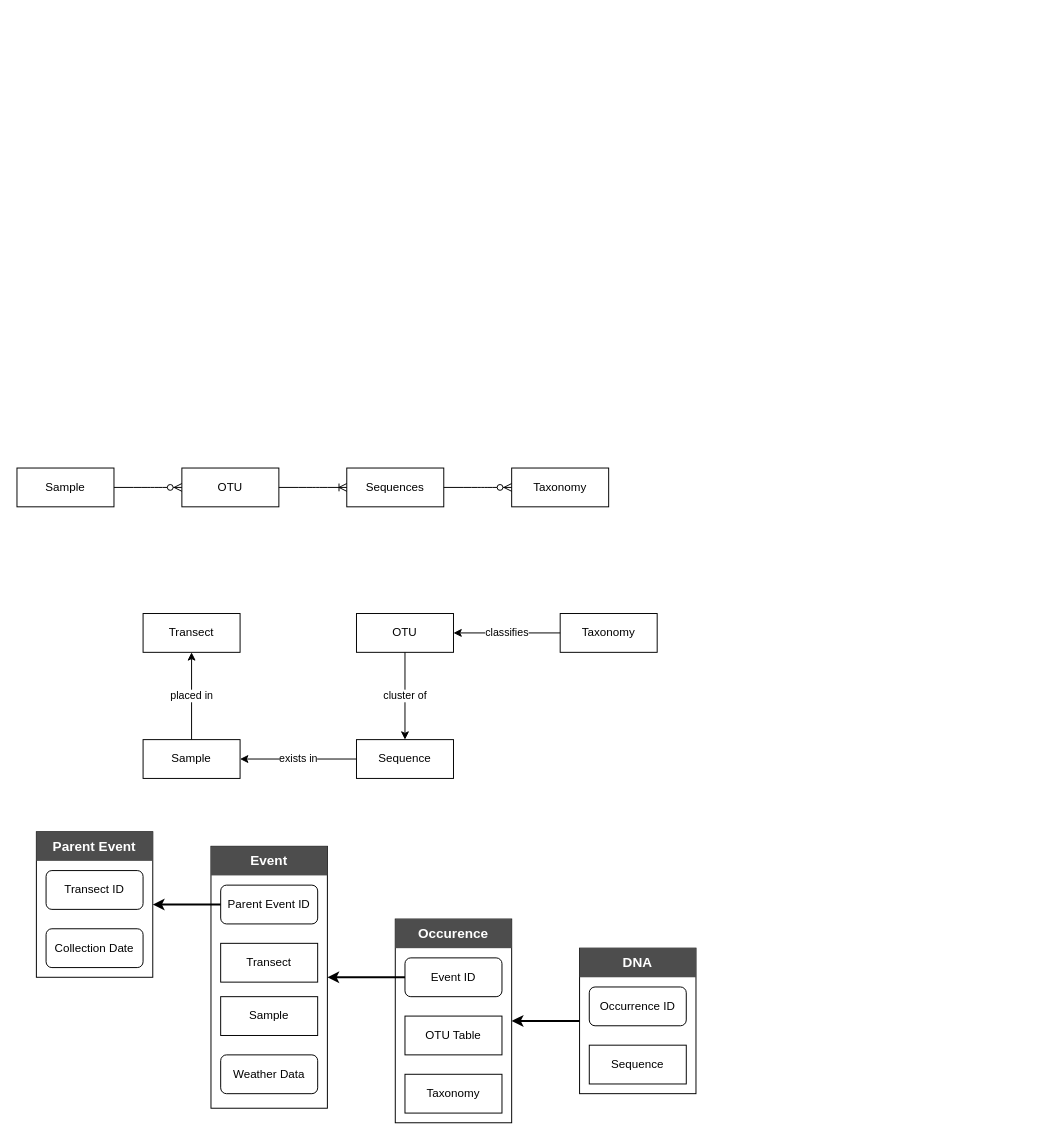
Before: page "Concepts" (2 of 8) of workflow.drawio in joelclim/mycopins-workflow, a draw.io diagram. Source tidied: cells renumbered, new cells numbered last; positions are measured from the earlier drawing's top-left corner, leaving out a move shared by most shapes. Both pictures are drawn from the tidied source at 97%, with x=0, y=0 at pixel (16, 468).
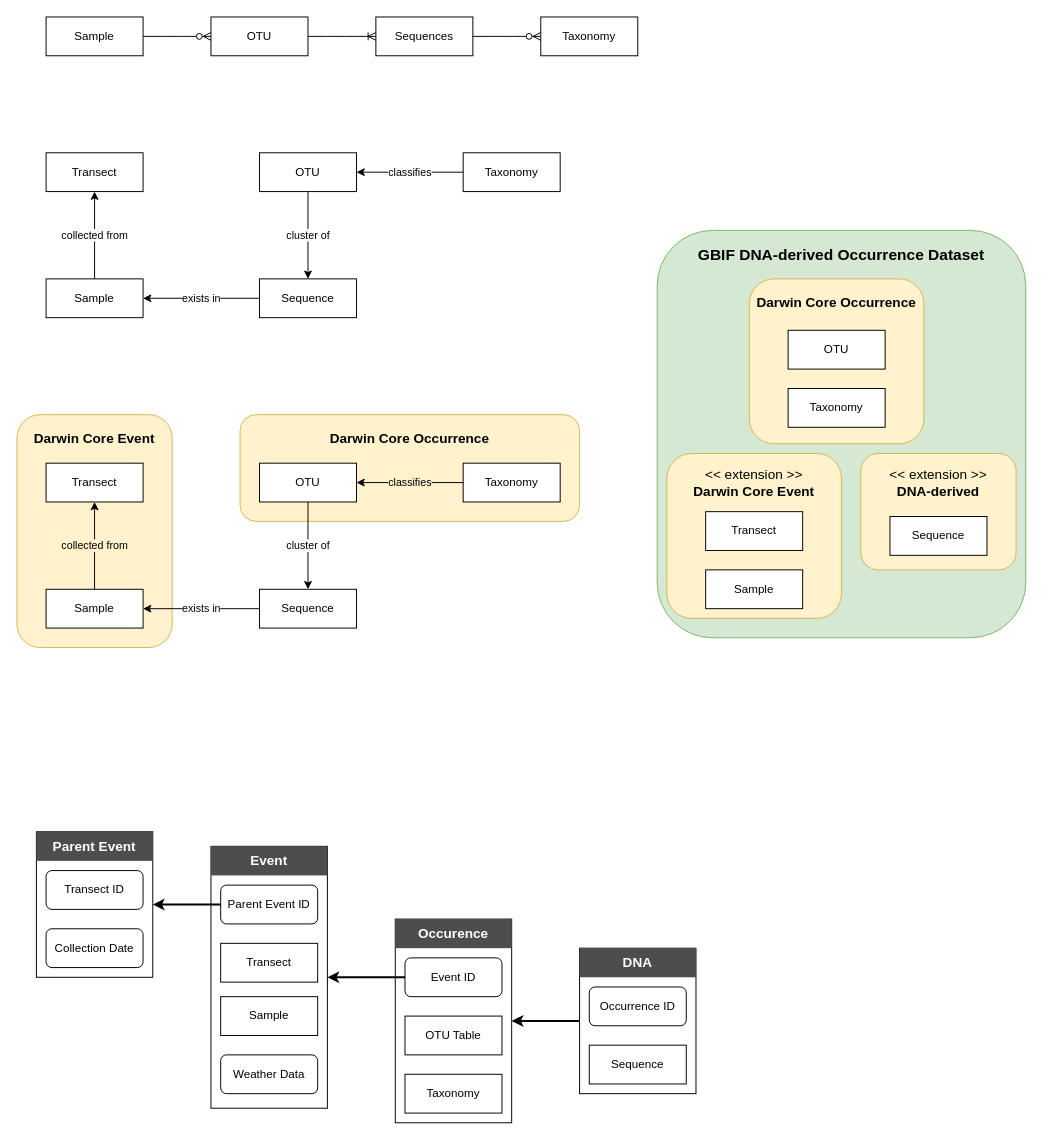
After the change.

The edit, as a diff of the source:
```diff
@@
+    <mxCell id="40" style="rounded=1;whiteSpace=wrap;html=1;fillColor=#d5e8d4;strokeColor=#82b366;" parent="1" vertex="1">
+      <mxGeometry x="660" y="-245" width="380" height="420" as="geometry" />
+    </mxCell>
+    <mxCell id="41" style="rounded=1;whiteSpace=wrap;html=1;fillColor=#fff2cc;strokeColor=#d6b656;" parent="1" vertex="1">
+      <mxGeometry x="755" y="-195" width="180" height="170" as="geometry" />
+    </mxCell>
+    <mxCell id="42" style="rounded=1;whiteSpace=wrap;html=1;fillColor=#fff2cc;strokeColor=#d6b656;" parent="1" vertex="1">
+      <mxGeometry x="870" y="-15" width="160" height="120" as="geometry" />
+    </mxCell>
+    <mxCell id="43" style="rounded=1;whiteSpace=wrap;html=1;fillColor=#fff2cc;strokeColor=#d6b656;" parent="1" vertex="1">
+      <mxGeometry x="670" y="-15" width="180" height="170" as="geometry" />
+    </mxCell>
+    <mxCell id="44" style="rounded=1;whiteSpace=wrap;html=1;fillColor=#fff2cc;strokeColor=#d6b656;" parent="1" vertex="1">
+      <mxGeometry x="230" y="-55" width="350" height="110" as="geometry" />
+    </mxCell>
+    <mxCell id="45" style="rounded=1;whiteSpace=wrap;html=1;fillColor=#fff2cc;strokeColor=#d6b656;" parent="1" vertex="1">
+      <mxGeometry y="-55" width="160" height="240" as="geometry" />
+    </mxCell>
@@
     <mxCell id="3" value="Sample" style="whiteSpace=wrap;html=1;align=center;" parent="1" vertex="1">
-      <mxGeometry width="100" height="40" as="geometry" />
+      <mxGeometry x="30" y="-465" width="100" height="40" as="geometry" />
     </mxCell>
     <mxCell id="4" value="OTU" style="whiteSpace=wrap;html=1;align=center;" parent="1" vertex="1">
-      <mxGeometry x="170" width="100" height="40" as="geometry" />
+      <mxGeometry x="200" y="-465" width="100" height="40" as="geometry" />
     </mxCell>
     <mxCell id="5" value="Sequences" style="whiteSpace=wrap;html=1;align=center;" parent="1" vertex="1">
-      <mxGeometry x="340" width="100" height="40" as="geometry" />
+      <mxGeometry x="370" y="-465" width="100" height="40" as="geometry" />
     </mxCell>
@@
     <mxCell id="7" style="edgeStyle=entityRelationEdgeStyle;fontSize=12;html=1;endArrow=ERzeroToMany;endFill=1;exitX=1;exitY=0.5;exitDx=0;exitDy=0;" parent="1" edge="1" source="3">
       <mxGeometry relative="1" as="geometry">
-        <mxPoint x="170" y="20" as="targetPoint" />
+        <mxPoint x="200" y="-445" as="targetPoint" />
       </mxGeometry>
     </mxCell>
     <mxCell id="8" value="Taxonomy" style="whiteSpace=wrap;html=1;align=center;" parent="1" vertex="1">
-      <mxGeometry x="510" width="100" height="40" as="geometry" />
+      <mxGeometry x="540" y="-465" width="100" height="40" as="geometry" />
     </mxCell>
     <mxCell id="9" style="edgeStyle=entityRelationEdgeStyle;fontSize=12;html=1;endArrow=ERzeroToMany;endFill=1;exitX=1;exitY=0.5;exitDx=0;exitDy=0;" parent="1" edge="1" source="5">
       <mxGeometry relative="1" as="geometry">
-        <mxPoint x="510" y="20" as="targetPoint" />
+        <mxPoint x="540" y="-445" as="targetPoint" />
       </mxGeometry>
     </mxCell>
     <mxCell id="10" value="Sample" style="whiteSpace=wrap;html=1;align=center;" parent="1" vertex="1">
-      <mxGeometry x="130" y="280" width="100" height="40" as="geometry" />
+      <mxGeometry x="30" y="-195" width="100" height="40" as="geometry" />
     </mxCell>
     <mxCell id="11" value="OTU" style="whiteSpace=wrap;html=1;align=center;" parent="1" vertex="1">
-      <mxGeometry x="350" y="150" width="100" height="40" as="geometry" />
+      <mxGeometry x="250" y="-325" width="100" height="40" as="geometry" />
     </mxCell>
@@
     <mxCell id="13" value="Sequence" style="whiteSpace=wrap;html=1;align=center;" parent="1" vertex="1">
-      <mxGeometry x="350" y="280" width="100" height="40" as="geometry" />
+      <mxGeometry x="250" y="-195" width="100" height="40" as="geometry" />
     </mxCell>
@@
     <mxCell id="15" value="Taxonomy" style="whiteSpace=wrap;html=1;align=center;" parent="1" vertex="1">
-      <mxGeometry x="560" y="150" width="100" height="40" as="geometry" />
+      <mxGeometry x="460" y="-325" width="100" height="40" as="geometry" />
     </mxCell>
@@
     <mxCell id="17" value="Transect" style="whiteSpace=wrap;html=1;align=center;" parent="1" vertex="1">
-      <mxGeometry x="130" y="150" width="100" height="40" as="geometry" />
+      <mxGeometry x="30" y="-325" width="100" height="40" as="geometry" />
     </mxCell>
-    <mxCell id="18" value="placed in" style="endArrow=classic;html=1;rounded=0;exitX=0.5;exitY=0;exitDx=0;exitDy=0;entryX=0.5;entryY=1;entryDx=0;entryDy=0;" parent="1" edge="1" source="10" target="17">
+    <mxCell id="18" value="collected from" style="endArrow=classic;html=1;rounded=0;exitX=0.5;exitY=0;exitDx=0;exitDy=0;entryX=0.5;entryY=1;entryDx=0;entryDy=0;" parent="1" edge="1" source="10" target="17">
       <mxGeometry relative="1" as="geometry" />
     </mxCell>
@@
+    <mxCell id="46" value="Sample" style="whiteSpace=wrap;html=1;align=center;" parent="1" vertex="1">
+      <mxGeometry x="30" y="125" width="100" height="40" as="geometry" />
+    </mxCell>
+    <mxCell id="47" value="OTU" style="whiteSpace=wrap;html=1;align=center;" parent="1" vertex="1">
+      <mxGeometry x="250" y="-5" width="100" height="40" as="geometry" />
+    </mxCell>
+    <mxCell id="48" value="exists in" style="endArrow=classic;html=1;exitX=0;exitY=0.5;exitDx=0;exitDy=0;entryX=1;entryY=0.5;entryDx=0;entryDy=0;" parent="1" edge="1" source="49" target="46">
+      <mxGeometry relative="1" as="geometry" />
+    </mxCell>
+    <mxCell id="49" value="Sequence" style="whiteSpace=wrap;html=1;align=center;" parent="1" vertex="1">
+      <mxGeometry x="250" y="125" width="100" height="40" as="geometry" />
+    </mxCell>
+    <mxCell id="50" value="cluster of" style="endArrow=classic;html=1;entryX=0.5;entryY=0;entryDx=0;entryDy=0;exitX=0.5;exitY=1;exitDx=0;exitDy=0;" parent="1" edge="1" source="47" target="49">
+      <mxGeometry relative="1" as="geometry" />
+    </mxCell>
+    <mxCell id="51" value="Taxonomy" style="whiteSpace=wrap;html=1;align=center;" parent="1" vertex="1">
+      <mxGeometry x="460" y="-5" width="100" height="40" as="geometry" />
+    </mxCell>
+    <mxCell id="52" value="classifies" style="endArrow=classic;html=1;exitX=0;exitY=0.5;exitDx=0;exitDy=0;entryX=1;entryY=0.5;entryDx=0;entryDy=0;labelBackgroundColor=#FFF2CC;" parent="1" edge="1" source="51" target="47">
+      <mxGeometry relative="1" as="geometry" />
+    </mxCell>
+    <mxCell id="53" value="Transect" style="whiteSpace=wrap;html=1;align=center;" parent="1" vertex="1">
+      <mxGeometry x="30" y="-5" width="100" height="40" as="geometry" />
+    </mxCell>
+    <mxCell id="54" value="&lt;span&gt;collected from&lt;/span&gt;" style="endArrow=classic;html=1;rounded=0;exitX=0.5;exitY=0;exitDx=0;exitDy=0;entryX=0.5;entryY=1;entryDx=0;entryDy=0;labelBackgroundColor=#FFF2CC;" parent="1" edge="1" source="46" target="53">
+      <mxGeometry relative="1" as="geometry" />
+    </mxCell>
+    <mxCell id="55" value="Darwin Core Event" style="text;html=1;align=center;verticalAlign=middle;whiteSpace=wrap;rounded=0;fontSize=14;fontStyle=1;" parent="1" vertex="1">
+      <mxGeometry x="10" y="-45" width="140" height="30" as="geometry" />
+    </mxCell>
+    <mxCell id="56" value="Darwin Core Occurrence" style="text;html=1;align=center;verticalAlign=middle;whiteSpace=wrap;rounded=0;fontSize=14;fontStyle=1;" parent="1" vertex="1">
+      <mxGeometry x="240" y="-45" width="330" height="30" as="geometry" />
+    </mxCell>
+    <mxCell id="57" value="Transect" style="whiteSpace=wrap;html=1;align=center;" parent="1" vertex="1">
+      <mxGeometry x="710" y="45" width="100" height="40" as="geometry" />
+    </mxCell>
+    <mxCell id="58" value="Sample" style="whiteSpace=wrap;html=1;align=center;" parent="1" vertex="1">
+      <mxGeometry x="710" y="105" width="100" height="40" as="geometry" />
+    </mxCell>
+    <mxCell id="59" value="OTU" style="whiteSpace=wrap;html=1;align=center;" parent="1" vertex="1">
+      <mxGeometry x="795" y="-142" width="100" height="40" as="geometry" />
+    </mxCell>
+    <mxCell id="60" value="Taxonomy" style="whiteSpace=wrap;html=1;align=center;" parent="1" vertex="1">
+      <mxGeometry x="795" y="-82" width="100" height="40" as="geometry" />
+    </mxCell>
+    <mxCell id="61" value="&lt;div&gt;&lt;span style=&quot;font-weight: normal;&quot;&gt;&amp;lt;&amp;lt; extension &amp;gt;&amp;gt;&lt;/span&gt;&lt;/div&gt;Darwin Core Event" style="text;html=1;align=center;verticalAlign=middle;whiteSpace=wrap;rounded=0;fontSize=14;fontStyle=1;" parent="1" vertex="1">
+      <mxGeometry x="690" width="140" height="30" as="geometry" />
+    </mxCell>
+    <mxCell id="62" value="Darwin Core Occurrence" style="text;html=1;align=center;verticalAlign=middle;whiteSpace=wrap;rounded=0;fontSize=14;fontStyle=1;" parent="1" vertex="1">
+      <mxGeometry x="755" y="-185" width="180" height="30" as="geometry" />
+    </mxCell>
+    <mxCell id="63" value="Sequence" style="whiteSpace=wrap;html=1;align=center;" parent="1" vertex="1">
+      <mxGeometry x="900" y="50" width="100" height="40" as="geometry" />
+    </mxCell>
+    <mxCell id="64" value="&lt;div&gt;&lt;span style=&quot;font-weight: normal;&quot;&gt;&amp;lt;&amp;lt; extension &amp;gt;&amp;gt;&lt;/span&gt;&lt;/div&gt;DNA-derived" style="text;html=1;align=center;verticalAlign=middle;whiteSpace=wrap;rounded=0;fontSize=14;fontStyle=1;" parent="1" vertex="1">
+      <mxGeometry x="880" width="140" height="30" as="geometry" />
+    </mxCell>
+    <mxCell id="65" value="GBIF DNA-derived Occurrence Dataset" style="text;html=1;align=center;verticalAlign=middle;whiteSpace=wrap;rounded=0;fontSize=16;fontStyle=1;" parent="1" vertex="1">
+      <mxGeometry x="680" y="-235" width="340" height="30" as="geometry" />
+    </mxCell>
```
